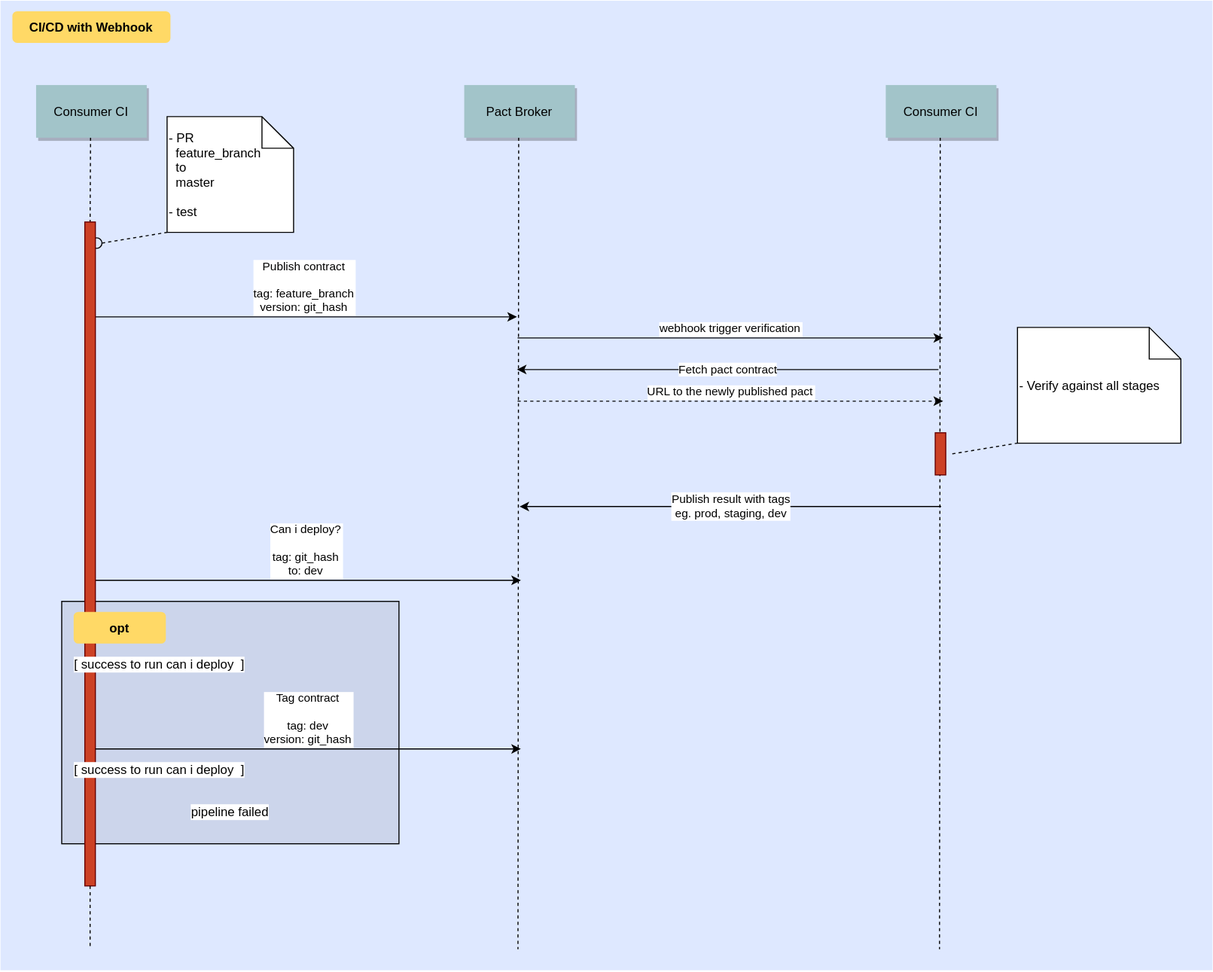
Before: diagrams/consumer-sequence-diagram.svg, a diagram exported from draw.io (aaronsum1102/contract-testing-consumer). Source tidied: cells renumbered, new cells last; positions are measured from the earlier drawing's top-left corner, leaving out a move shared by most shapes. The source it was exported from:
```xml
<mxGraphModel background="#ffffff">
  <root>
    <mxCell id="0" />
    <mxCell id="1" parent="0" />
    <mxCell id="2" style="fillColor=#DEE8FF;strokeColor=none;" parent="1" vertex="1">
      <mxGeometry width="1150" height="920" as="geometry" />
    </mxCell>
    <mxCell id="3" value="CI/CD with Webhook" style="rounded=1;fontStyle=1;fillColor=#FFD966;strokeColor=none;" parent="1" vertex="1">
      <mxGeometry x="11.2" y="10" width="150" height="30" as="geometry" />
    </mxCell>
    <mxCell id="4" value="Consumer CI" style="shadow=1;fillColor=#A2C4C9;strokeColor=none;" parent="1" vertex="1">
      <mxGeometry x="33.8" y="80" width="105" height="50" as="geometry" />
    </mxCell>
    <mxCell id="5" value="Pact Broker" style="shadow=1;fillColor=#A2C4C9;strokeColor=none;" parent="1" vertex="1">
      <mxGeometry x="440" y="80" width="105" height="50" as="geometry" />
    </mxCell>
    <mxCell id="6" style="edgeStyle=none;endArrow=none;dashed=1;" parent="1" edge="1">
      <mxGeometry x="526.5" y="205" as="geometry">
        <mxPoint x="491.7" y="130" as="sourcePoint" />
        <mxPoint x="491" y="900" as="targetPoint" />
      </mxGeometry>
    </mxCell>
    <mxCell id="7" value="Consumer CI" style="shadow=1;fillColor=#A2C4C9;strokeColor=none;" parent="1" vertex="1">
      <mxGeometry x="840" y="80" width="105" height="50" as="geometry" />
    </mxCell>
    <mxCell id="8" style="edgeStyle=none;endArrow=none;dashed=1;" parent="1" edge="1">
      <mxGeometry x="926.5" y="205" as="geometry">
        <mxPoint x="891.7" y="130" as="sourcePoint" />
        <mxPoint x="891" y="900" as="targetPoint" />
      </mxGeometry>
    </mxCell>
    <mxCell id="9" style="edgeStyle=none;endArrow=none;dashed=1;entryX=0.5;entryY=0;entryDx=0;entryDy=0;" parent="1" edge="1" target="23">
      <mxGeometry x="120.3" y="205" as="geometry">
        <mxPoint x="85.4" y="130" as="sourcePoint" />
      </mxGeometry>
    </mxCell>
    <mxCell id="10" value="- PR&#10;  feature_branch&#10;  to&#10;  master&#10;&#10;- test" style="shape=note;align=left;" parent="1" vertex="1">
      <mxGeometry x="158.1" y="110" width="120" height="109.8" as="geometry" />
    </mxCell>
    <mxCell id="11" style="ellipse;fillColor=none;" parent="1" vertex="1">
      <mxGeometry x="86.3" y="225" width="10" height="10" as="geometry" />
    </mxCell>
    <mxCell id="12" style="endArrow=none;dashed=1;html=1;exitX=1;exitY=0.5;exitDx=0;exitDy=0;" parent="1" edge="1" source="11">
      <mxGeometry relative="1" as="geometry">
        <mxPoint x="158.1" y="219.8" as="targetPoint" />
      </mxGeometry>
    </mxCell>
    <mxCell id="13" value="Publish contract&#10;&#10;tag: feature_branch&#10;version: git_hash" style="edgeStyle=none;verticalLabelPosition=top;verticalAlign=bottom;" parent="1" edge="1">
      <mxGeometry x="206.2" y="232.5" as="geometry">
        <mxPoint x="86.3" y="300" as="sourcePoint" />
        <mxPoint x="490" y="300" as="targetPoint" />
      </mxGeometry>
    </mxCell>
    <mxCell id="14" value="webhook trigger verification" style="edgeStyle=none;verticalLabelPosition=top;verticalAlign=bottom;" parent="1" edge="1">
      <mxGeometry x="610.6" y="252.5" as="geometry">
        <mxPoint x="490.6" y="320" as="sourcePoint" />
        <mxPoint x="894.4" y="320" as="targetPoint" />
      </mxGeometry>
    </mxCell>
    <mxCell id="15" value="Fetch pact contract" style="endArrow=classic;html=1;" parent="1" edge="1">
      <mxGeometry relative="1" as="geometry">
        <mxPoint x="890" y="350" as="sourcePoint" />
        <mxPoint x="490" y="350" as="targetPoint" />
      </mxGeometry>
    </mxCell>
    <mxCell id="16" value="URL to the newly published pact" style="edgeStyle=none;verticalLabelPosition=top;verticalAlign=bottom;dashed=1;" parent="1" edge="1">
      <mxGeometry x="610.6" y="312.5" as="geometry">
        <mxPoint x="490.6" y="380" as="sourcePoint" />
        <mxPoint x="894.4" y="380" as="targetPoint" />
      </mxGeometry>
    </mxCell>
    <mxCell id="17" style="fillColor=#CC4125;strokeColor=#660000;" parent="1" vertex="1">
      <mxGeometry x="886.9" y="410" width="10" height="40" as="geometry" />
    </mxCell>
    <mxCell id="18" value="- Verify against all stages" style="shape=note;align=left;" parent="1" vertex="1">
      <mxGeometry x="965" y="310" width="155" height="109.8" as="geometry" />
    </mxCell>
    <mxCell id="19" style="endArrow=none;dashed=1;html=1;exitX=1;exitY=0.5;exitDx=0;exitDy=0;" parent="1" edge="1">
      <mxGeometry relative="1" as="geometry">
        <mxPoint x="903.2" y="430" as="sourcePoint" />
        <mxPoint x="965" y="419.8" as="targetPoint" />
      </mxGeometry>
    </mxCell>
    <mxCell id="20" value="Publish result with tags&lt;br&gt;eg. prod, staging, dev" style="endArrow=classic;html=1;" parent="1" edge="1">
      <mxGeometry relative="1" as="geometry">
        <mxPoint x="892.5" y="480" as="sourcePoint" />
        <mxPoint x="492.5" y="480" as="targetPoint" />
      </mxGeometry>
    </mxCell>
    <mxCell id="21" value="Can i deploy?&#10;&#10;tag: git_hash&#10;to: dev" style="edgeStyle=none;verticalLabelPosition=top;verticalAlign=bottom;" parent="1" edge="1">
      <mxGeometry as="geometry">
        <mxPoint x="90" y="550" as="sourcePoint" />
        <mxPoint x="493.8" y="550" as="targetPoint" />
        <mxPoint x="-2" as="offset" />
      </mxGeometry>
    </mxCell>
    <mxCell id="22" style="fillColor=#CCD5EB;" parent="1" vertex="1">
      <mxGeometry x="58.1" y="570" width="320" height="230" as="geometry" />
    </mxCell>
    <mxCell id="23" style="fillColor=#CC4125;strokeColor=#660000;" parent="1" vertex="1">
      <mxGeometry x="80" y="210" width="10" height="630" as="geometry" />
    </mxCell>
    <mxCell id="24" style="edgeStyle=none;endArrow=none;dashed=1;startArrow=none;" parent="1" edge="1">
      <mxGeometry x="125.3" y="205" as="geometry">
        <mxPoint x="85" y="840" as="sourcePoint" />
        <mxPoint x="85" y="900" as="targetPoint" />
        <Array as="points">
          <mxPoint x="85" y="900" />
        </Array>
      </mxGeometry>
    </mxCell>
    <mxCell id="25" value="Tag contract&#10;&#10;tag: dev&#10;version: git_hash" style="edgeStyle=none;verticalLabelPosition=top;verticalAlign=bottom;" parent="1" edge="1">
      <mxGeometry x="210" y="642.5" as="geometry">
        <mxPoint x="90" y="710" as="sourcePoint" />
        <mxPoint x="493.8" y="710" as="targetPoint" />
      </mxGeometry>
    </mxCell>
    <mxCell id="26" value="opt" style="rounded=1;fontStyle=1;fillColor=#FFD966;strokeColor=none;" parent="1" vertex="1">
      <mxGeometry x="69.4" y="580" width="87.5" height="30" as="geometry" />
    </mxCell>
    <mxCell id="27" value="[ success to run can i deploy&amp;nbsp; ]" style="text;html=1;strokeColor=none;fillColor=none;align=center;verticalAlign=middle;whiteSpace=wrap;rounded=0;labelBackgroundColor=#ffffff;" parent="1" vertex="1">
      <mxGeometry x="69.4" y="620" width="163.8" height="20" as="geometry" />
    </mxCell>
    <mxCell id="28" value="[ success to run can i deploy&amp;nbsp; ]" style="text;html=1;strokeColor=none;fillColor=none;align=center;verticalAlign=middle;whiteSpace=wrap;rounded=0;labelBackgroundColor=#ffffff;" parent="1" vertex="1">
      <mxGeometry x="69.4" y="720" width="163.8" height="20" as="geometry" />
    </mxCell>
    <mxCell id="29" value="pipeline failed" style="text;html=1;strokeColor=none;fillColor=none;align=center;verticalAlign=middle;whiteSpace=wrap;rounded=0;labelBackgroundColor=#ffffff;" parent="1" vertex="1">
      <mxGeometry x="136.2" y="760" width="163.8" height="20" as="geometry" />
    </mxCell>
  </root>
</mxGraphModel>
```
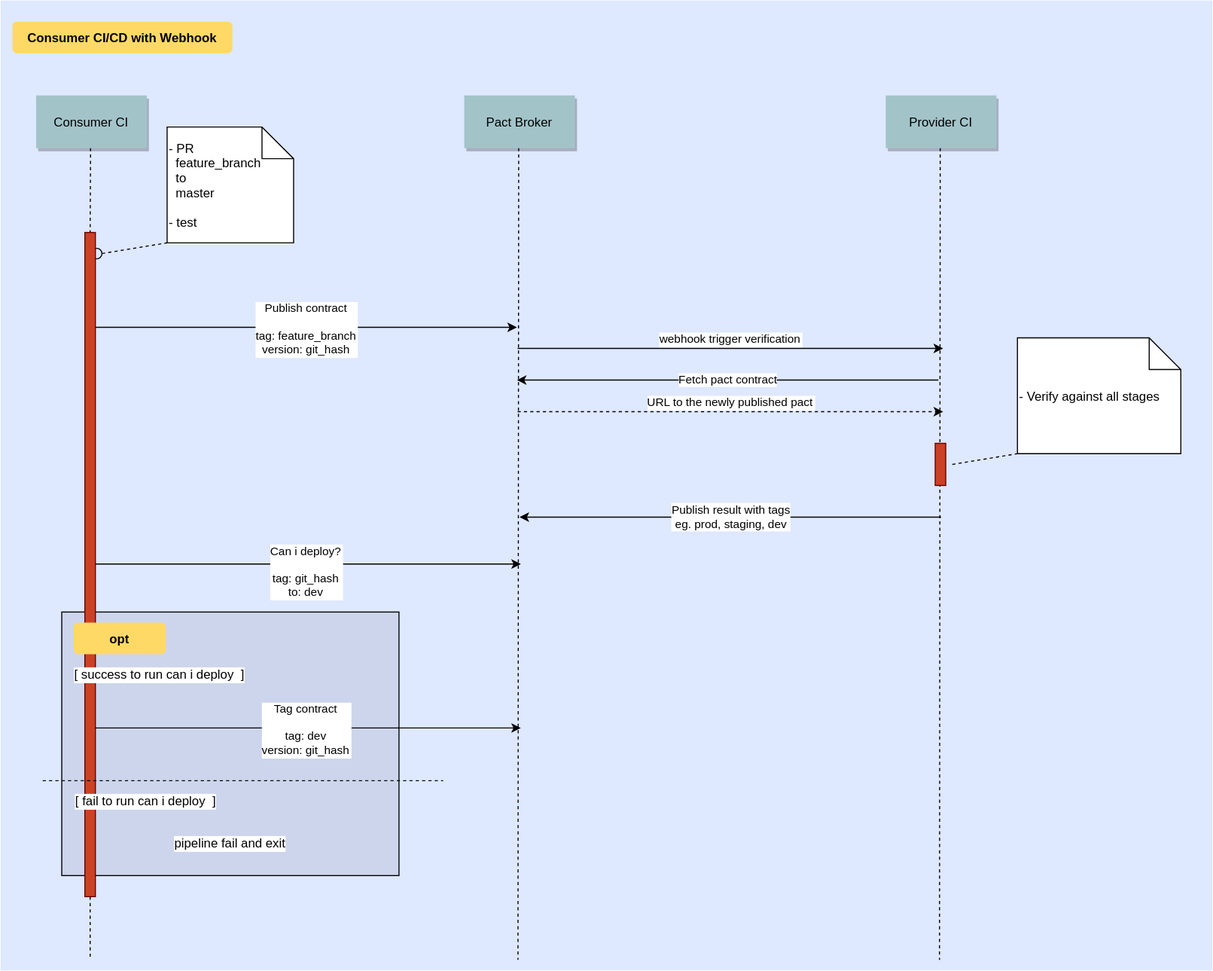
After the change.

Diff of the diagram source:
```diff
@@ -3,10 +3,10 @@
     <mxCell id="0" />
     <mxCell id="1" parent="0" />
     <mxCell id="2" style="fillColor=#DEE8FF;strokeColor=none;" parent="1" vertex="1">
-      <mxGeometry width="1150" height="920" as="geometry" />
+      <mxGeometry y="-10" width="1150" height="920" as="geometry" />
     </mxCell>
-    <mxCell id="3" value="CI/CD with Webhook" style="rounded=1;fontStyle=1;fillColor=#FFD966;strokeColor=none;" parent="1" vertex="1">
-      <mxGeometry x="11.2" y="10" width="150" height="30" as="geometry" />
+    <mxCell id="3" value="Consumer CI/CD with Webhook" style="rounded=1;fontStyle=1;fillColor=#FFD966;strokeColor=none;" parent="1" vertex="1">
+      <mxGeometry x="11.2" y="10" width="208.8" height="30" as="geometry" />
     </mxCell>
     <mxCell id="4" value="Consumer CI" style="shadow=1;fillColor=#A2C4C9;strokeColor=none;" parent="1" vertex="1">
       <mxGeometry x="33.8" y="80" width="105" height="50" as="geometry" />
@@ -20,7 +20,7 @@
         <mxPoint x="491" y="900" as="targetPoint" />
       </mxGeometry>
     </mxCell>
-    <mxCell id="7" value="Consumer CI" style="shadow=1;fillColor=#A2C4C9;strokeColor=none;" parent="1" vertex="1">
+    <mxCell id="7" value="Provider CI" style="shadow=1;fillColor=#A2C4C9;strokeColor=none;" parent="1" vertex="1">
       <mxGeometry x="840" y="80" width="105" height="50" as="geometry" />
     </mxCell>
     <mxCell id="8" style="edgeStyle=none;endArrow=none;dashed=1;" parent="1" edge="1">
@@ -46,9 +46,10 @@
       </mxGeometry>
     </mxCell>
     <mxCell id="13" value="Publish contract&#10;&#10;tag: feature_branch&#10;version: git_hash" style="edgeStyle=none;verticalLabelPosition=top;verticalAlign=bottom;" parent="1" edge="1">
-      <mxGeometry x="206.2" y="232.5" as="geometry">
+      <mxGeometry as="geometry">
         <mxPoint x="86.3" y="300" as="sourcePoint" />
         <mxPoint x="490" y="300" as="targetPoint" />
+        <mxPoint x="2" y="30" as="offset" />
       </mxGeometry>
     </mxCell>
     <mxCell id="14" value="webhook trigger verification" style="edgeStyle=none;verticalLabelPosition=top;verticalAlign=bottom;" parent="1" edge="1">
@@ -89,13 +90,13 @@
     </mxCell>
     <mxCell id="21" value="Can i deploy?&#10;&#10;tag: git_hash&#10;to: dev" style="edgeStyle=none;verticalLabelPosition=top;verticalAlign=bottom;" parent="1" edge="1">
       <mxGeometry as="geometry">
-        <mxPoint x="90" y="550" as="sourcePoint" />
-        <mxPoint x="493.8" y="550" as="targetPoint" />
-        <mxPoint x="-2" as="offset" />
+        <mxPoint x="90" y="524.5" as="sourcePoint" />
+        <mxPoint x="493.8" y="524.5" as="targetPoint" />
+        <mxPoint x="-2" y="36" as="offset" />
       </mxGeometry>
     </mxCell>
     <mxCell id="22" style="fillColor=#CCD5EB;" parent="1" vertex="1">
-      <mxGeometry x="58.1" y="570" width="320" height="230" as="geometry" />
+      <mxGeometry x="58.1" y="570" width="320" height="250" as="geometry" />
     </mxCell>
     <mxCell id="23" style="fillColor=#CC4125;strokeColor=#660000;" parent="1" vertex="1">
       <mxGeometry x="80" y="210" width="10" height="630" as="geometry" />
@@ -110,9 +111,10 @@
       </mxGeometry>
     </mxCell>
     <mxCell id="25" value="Tag contract&#10;&#10;tag: dev&#10;version: git_hash" style="edgeStyle=none;verticalLabelPosition=top;verticalAlign=bottom;" parent="1" edge="1">
-      <mxGeometry x="210" y="642.5" as="geometry">
-        <mxPoint x="90" y="710" as="sourcePoint" />
-        <mxPoint x="493.8" y="710" as="targetPoint" />
+      <mxGeometry as="geometry">
+        <mxPoint x="90" y="680" as="sourcePoint" />
+        <mxPoint x="493.8" y="680" as="targetPoint" />
+        <mxPoint x="-2" y="30" as="offset" />
       </mxGeometry>
     </mxCell>
     <mxCell id="26" value="opt" style="rounded=1;fontStyle=1;fillColor=#FFD966;strokeColor=none;" parent="1" vertex="1">
@@ -121,11 +123,17 @@
     <mxCell id="27" value="[ success to run can i deploy&amp;nbsp; ]" style="text;html=1;strokeColor=none;fillColor=none;align=center;verticalAlign=middle;whiteSpace=wrap;rounded=0;labelBackgroundColor=#ffffff;" parent="1" vertex="1">
       <mxGeometry x="69.4" y="620" width="163.8" height="20" as="geometry" />
     </mxCell>
-    <mxCell id="28" value="[ success to run can i deploy&amp;nbsp; ]" style="text;html=1;strokeColor=none;fillColor=none;align=center;verticalAlign=middle;whiteSpace=wrap;rounded=0;labelBackgroundColor=#ffffff;" parent="1" vertex="1">
-      <mxGeometry x="69.4" y="720" width="163.8" height="20" as="geometry" />
+    <mxCell id="28" value="[ fail to run can i deploy&amp;nbsp; ]" style="text;html=1;strokeColor=none;fillColor=none;align=center;verticalAlign=middle;whiteSpace=wrap;rounded=0;labelBackgroundColor=#ffffff;" parent="1" vertex="1">
+      <mxGeometry x="56.2" y="740" width="163.8" height="20" as="geometry" />
     </mxCell>
-    <mxCell id="29" value="pipeline failed" style="text;html=1;strokeColor=none;fillColor=none;align=center;verticalAlign=middle;whiteSpace=wrap;rounded=0;labelBackgroundColor=#ffffff;" parent="1" vertex="1">
-      <mxGeometry x="136.2" y="760" width="163.8" height="20" as="geometry" />
+    <mxCell id="29" value="pipeline fail and exit" style="text;html=1;strokeColor=none;fillColor=none;align=center;verticalAlign=middle;whiteSpace=wrap;rounded=0;labelBackgroundColor=#ffffff;" parent="1" vertex="1">
+      <mxGeometry x="136.2" y="780" width="163.8" height="20" as="geometry" />
     </mxCell>
+    <mxCell id="30" style="endArrow=none;dashed=1;html=1;" parent="1" edge="1">
+      <mxGeometry relative="1" as="geometry">
+        <mxPoint x="40" y="730" as="sourcePoint" />
+        <mxPoint x="420" y="730" as="targetPoint" />
+      </mxGeometry>
+    </mxCell>
   </root>
 </mxGraphModel>
```
